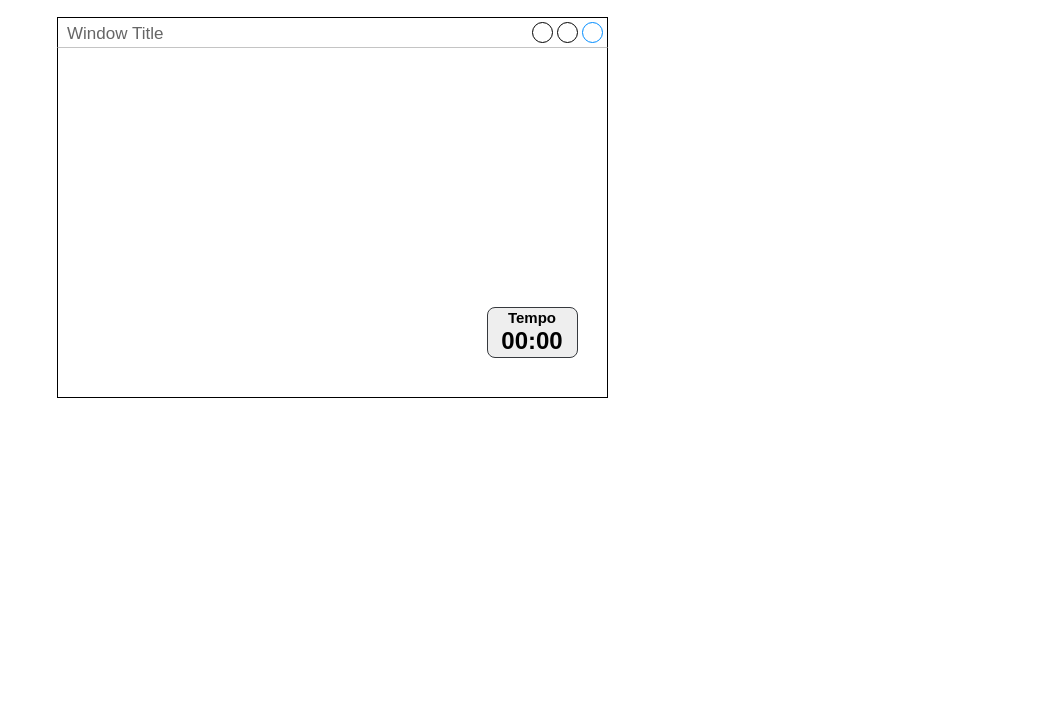
Above: page "telas - retaguarda" (3 of 4) of project/projeto_software_painel_cmfsa.drawio in CMFSA/painel (draw.io), before the change. Source tidied: cells renumbered, new cells numbered last; positions are measured from the earlier drawing's top-left corner, leaving out a move shared by most shapes. Both pictures are drawn from the tidied source at 100%, with x=0, y=0 at pixel (57, 17).
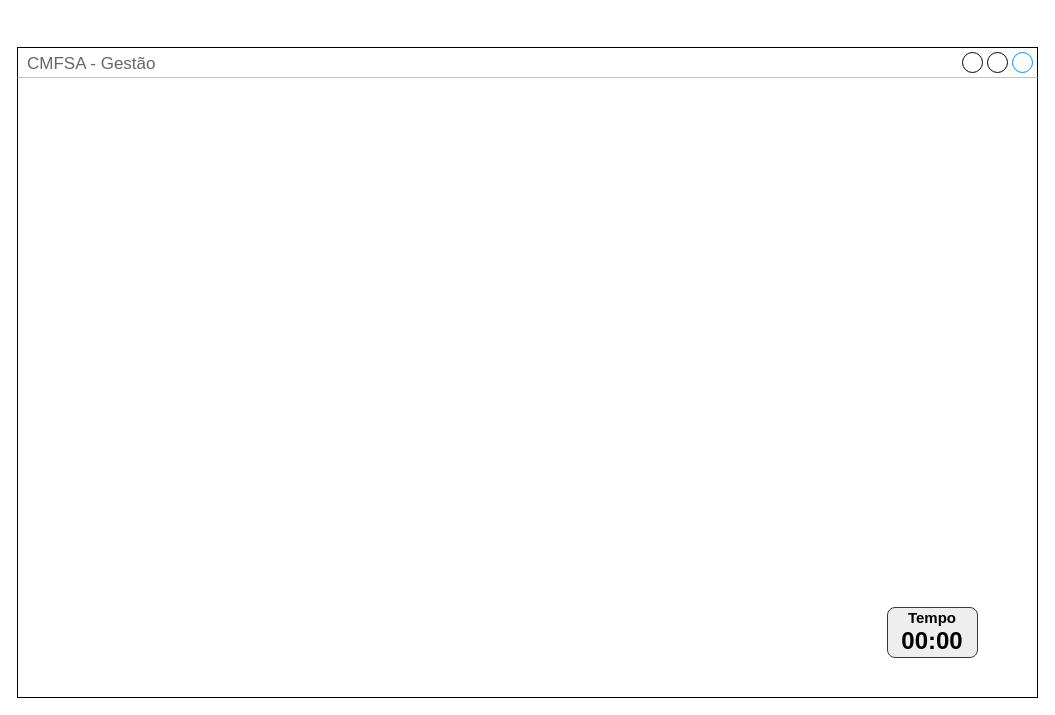
After the change.

What changed in the source:
```diff
@@
 <mxGraphModel>
   <root>
     <mxCell id="0" />
     <mxCell id="1" parent="0" />
-    <mxCell id="2" value="Window Title" style="strokeWidth=1;shadow=0;dashed=0;align=center;html=1;shape=mxgraph.mockup.containers.window;align=left;verticalAlign=top;spacingLeft=8;strokeColor2=#008cff;strokeColor3=#c4c4c4;fontColor=#666666;mainText=;fontSize=17;labelBackgroundColor=none;whiteSpace=wrap;" parent="1" vertex="1">
-      <mxGeometry width="550" height="380" as="geometry" />
+    <mxCell id="2" value="CMFSA - Gestão" style="strokeWidth=1;shadow=0;dashed=0;align=center;html=1;shape=mxgraph.mockup.containers.window;align=left;verticalAlign=top;spacingLeft=8;strokeColor2=#008cff;strokeColor3=#c4c4c4;fontColor=#666666;mainText=;fontSize=17;labelBackgroundColor=none;whiteSpace=wrap;" parent="1" vertex="1">
+      <mxGeometry x="-40" y="30" width="1020" height="650" as="geometry" />
     </mxCell>
     <mxCell id="3" value="&lt;b&gt;&lt;font style=&quot;font-size: 15px;&quot;&gt;Tempo&lt;/font&gt;&lt;br&gt;&lt;font style=&quot;font-size: 24px;&quot;&gt;00:00&lt;/font&gt;&lt;/b&gt;" style="text;html=1;strokeColor=#36393d;fillColor=#eeeeee;align=center;verticalAlign=middle;whiteSpace=wrap;rounded=1;" parent="1" vertex="1">
-      <mxGeometry x="430" y="290" width="90" height="50" as="geometry" />
+      <mxGeometry x="830" y="590" width="90" height="50" as="geometry" />
     </mxCell>
   </root>
 </mxGraphModel>
```
